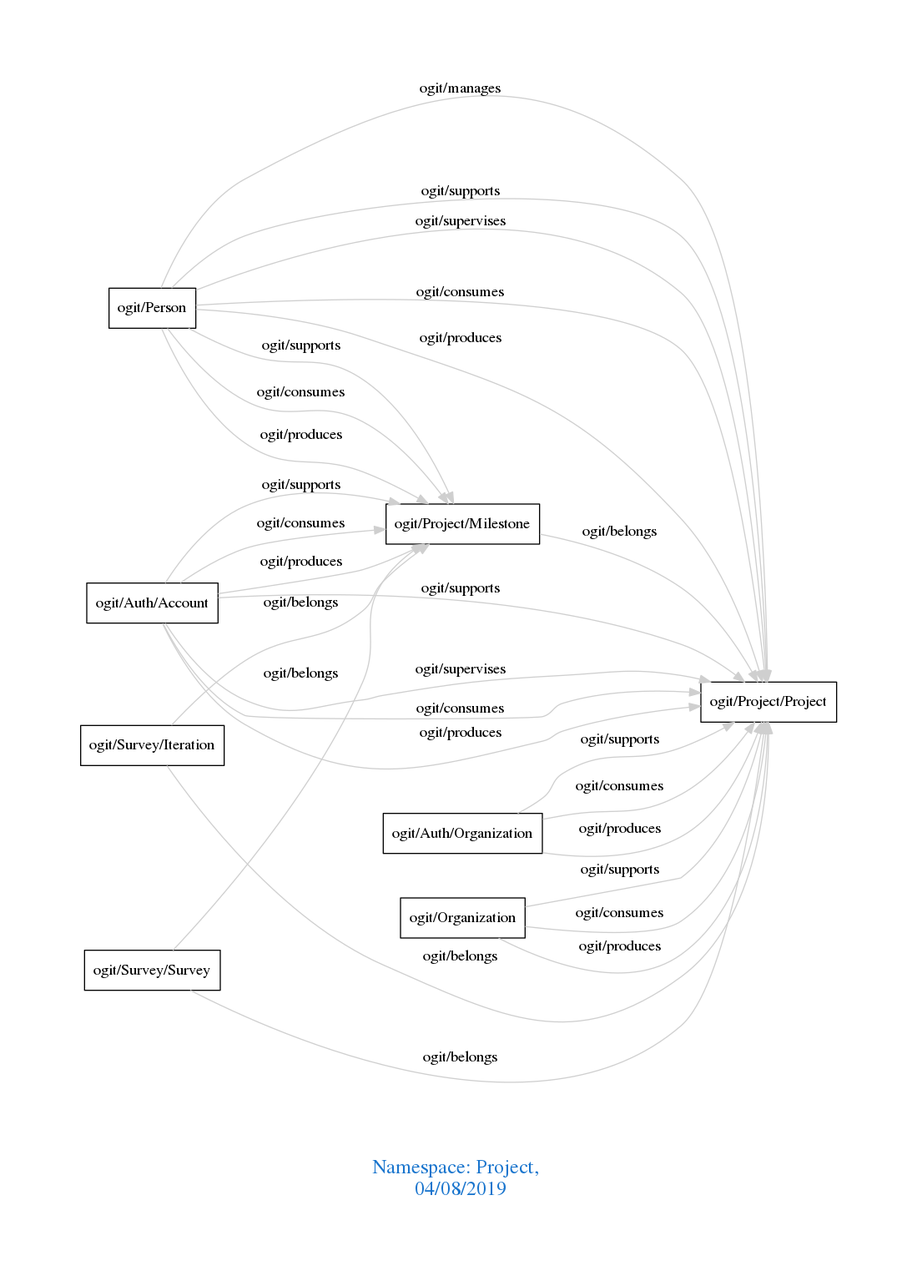
Above: downloads/Project.png in arago/OGIT (Graphviz), before the change. Its source is kept beside it as downloads/Project.dot.
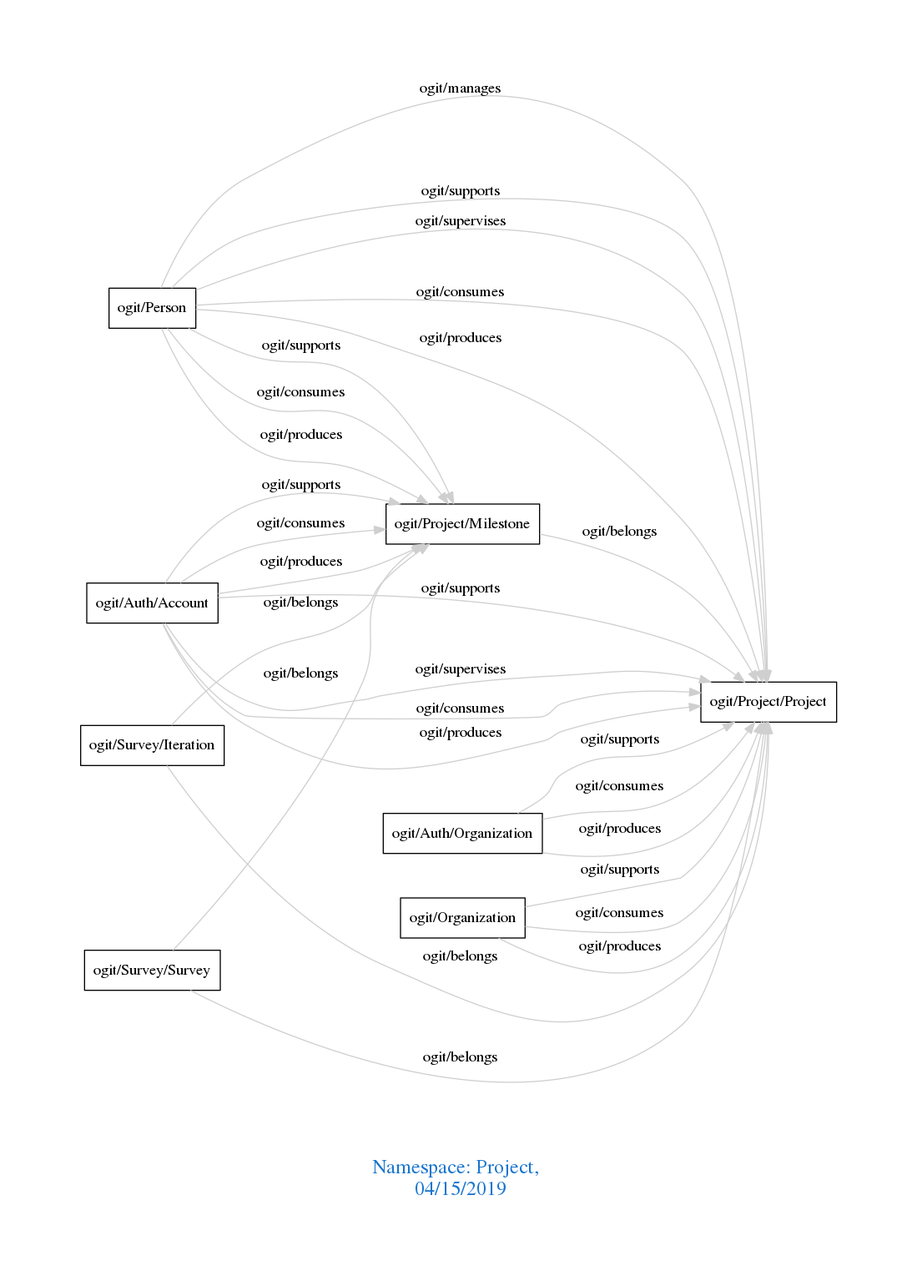
Later version of the same file.

The edit, as a diff of the source:
```diff
@@ -1,7 +1,7 @@
 digraph OGIT_ontology {
  graph [ rankdir= LR,pad=1
 fontsize = 18,
-fontcolor= dodgerblue3,label = "\n\n\nNamespace: Project, \n 04/08/2019"];
+fontcolor= dodgerblue3,label = "\n\n\nNamespace: Project, \n 04/15/2019"];
 node[shape=polygon];
 edge [  color="gray81"];
 
```
